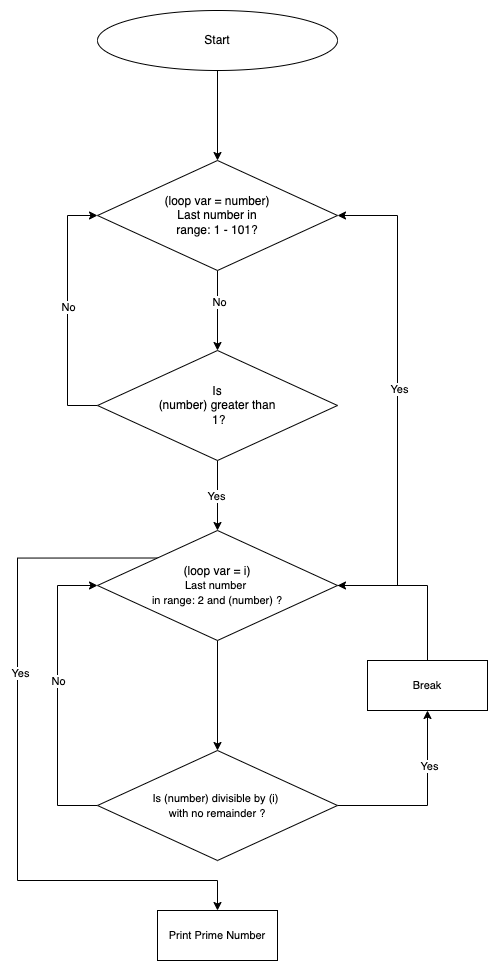
Above: docs/workbook-q-14-flowchart.png in MarioLisbona/CA-T1A1-workbook (draw.io), before the change. Source tidied: cells renumbered, new cells last; positions are measured from the earlier drawing's top-left corner, leaving out a move shared by most shapes.
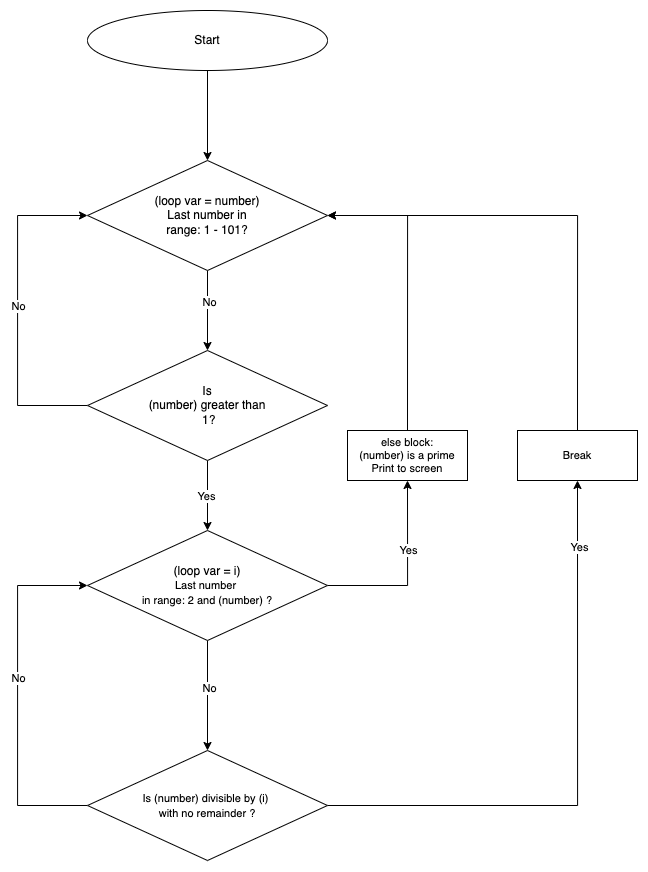
After the commit.

What changed in the source:
```diff
@@ -20,8 +20,8 @@
     <mxCell id="7" style="edgeStyle=orthogonalEdgeStyle;rounded=0;jettySize=auto;html=1;exitX=0;exitY=0.5;exitDx=0;exitDy=0;entryX=0;entryY=0.5;entryDx=0;entryDy=0;" parent="1" edge="1" source="11" target="6">
       <mxGeometry relative="1" as="geometry">
         <Array as="points">
-          <mxPoint x="50" y="395" />
-          <mxPoint x="50" y="205" />
+          <mxPoint x="10" y="395" />
+          <mxPoint x="10" y="205" />
         </Array>
       </mxGeometry>
     </mxCell>
@@ -37,40 +37,26 @@
     <mxCell id="11" value="Is&lt;br&gt;(number) greater than&lt;br&gt;&amp;nbsp;1?" style="rhombus;whiteSpace=wrap;html=1;" parent="1" vertex="1">
       <mxGeometry x="80" y="340" width="240" height="110" as="geometry" />
     </mxCell>
-    <mxCell id="12" style="edgeStyle=orthogonalEdgeStyle;rounded=0;jettySize=auto;html=1;exitX=1;exitY=0.5;exitDx=0;exitDy=0;entryX=1;entryY=0.5;entryDx=0;entryDy=0;fontSize=11;" parent="1" edge="1" source="17" target="6">
-      <mxGeometry relative="1" as="geometry">
-        <Array as="points">
-          <mxPoint x="380" y="575" />
-          <mxPoint x="380" y="205" />
-        </Array>
-      </mxGeometry>
-    </mxCell>
-    <mxCell id="13" value="Yes" style="edgeLabel;html=1;align=center;verticalAlign=middle;fontSize=11;" parent="12" vertex="1">
-      <mxGeometry x="0.05" y="-1" relative="1" as="geometry" />
-    </mxCell>
     <mxCell id="14" style="edgeStyle=orthogonalEdgeStyle;rounded=0;jettySize=auto;html=1;fontSize=11;" parent="1" edge="1" source="17" target="22">
       <mxGeometry relative="1" as="geometry" />
     </mxCell>
+    <mxCell id="26" value="No" style="edgeLabel;html=1;align=center;verticalAlign=middle;fontSize=11;" parent="14" vertex="1">
+      <mxGeometry x="-0.14" y="1" relative="1" as="geometry" />
+    </mxCell>
-    <mxCell id="15" style="edgeStyle=orthogonalEdgeStyle;rounded=0;jettySize=auto;html=1;exitX=0;exitY=0;exitDx=0;exitDy=0;entryX=0.5;entryY=0;entryDx=0;entryDy=0;fontSize=11;" parent="1" edge="1" source="17" target="25">
-      <mxGeometry relative="1" as="geometry">
-        <Array as="points">
-          <mxPoint y="548" />
-          <mxPoint y="870" />
-          <mxPoint x="200" y="870" />
-        </Array>
-      </mxGeometry>
+    <mxCell id="15" style="edgeStyle=orthogonalEdgeStyle;rounded=0;jettySize=auto;html=1;exitX=1;exitY=0.5;exitDx=0;exitDy=0;entryX=0.5;entryY=1;entryDx=0;entryDy=0;fontSize=11;" parent="1" edge="1" source="17" target="25">
+      <mxGeometry relative="1" as="geometry" />
     </mxCell>
-    <mxCell id="16" value="Yes" style="edgeLabel;html=1;align=center;verticalAlign=middle;fontSize=11;" parent="15" vertex="1">
-      <mxGeometry x="-0.26" y="2" relative="1" as="geometry" />
-    </mxCell>
+    <mxCell id="27" value="Yes" style="edgeLabel;html=1;align=center;verticalAlign=middle;fontSize=11;" parent="15" vertex="1">
+      <mxGeometry x="0.25" relative="1" as="geometry" />
+    </mxCell>
     <mxCell id="17" value="&lt;font style=&quot;font-size: 11px;&quot;&gt;&lt;span style=&quot;font-size: 12px;&quot;&gt;(loop var = i)&lt;br&gt;&lt;/span&gt;Last number &lt;br&gt;in range: 2 and (number) ?&lt;/font&gt;" style="rhombus;whiteSpace=wrap;html=1;" parent="1" vertex="1">
       <mxGeometry x="80" y="520" width="240" height="110" as="geometry" />
     </mxCell>
     <mxCell id="18" style="edgeStyle=orthogonalEdgeStyle;rounded=0;jettySize=auto;html=1;exitX=0;exitY=0.5;exitDx=0;exitDy=0;entryX=0;entryY=0.5;entryDx=0;entryDy=0;fontSize=11;" parent="1" edge="1" source="22" target="17">
       <mxGeometry relative="1" as="geometry">
         <Array as="points">
-          <mxPoint x="40" y="795" />
-          <mxPoint x="40" y="575" />
+          <mxPoint x="10" y="795" />
+          <mxPoint x="10" y="575" />
         </Array>
       </mxGeometry>
     </mxCell>
@@ -82,20 +68,31 @@
     <mxCell id="20" style="edgeStyle=orthogonalEdgeStyle;rounded=0;jettySize=auto;html=1;exitX=1;exitY=0.5;exitDx=0;exitDy=0;entryX=0.5;entryY=1;entryDx=0;entryDy=0;fontSize=11;" parent="1" edge="1" source="22" target="24">
       <mxGeometry relative="1" as="geometry" />
     </mxCell>
-    <mxCell id="21" value="Yes" style="edgeLabel;html=1;align=center;verticalAlign=middle;fontSize=11;" parent="20" vertex="1">
-      <mxGeometry x="0.41" y="-1" relative="1" as="geometry" />
-    </mxCell>
+    <mxCell id="28" value="Yes" style="edgeLabel;html=1;align=center;verticalAlign=middle;fontSize=11;" parent="20" vertex="1">
+      <mxGeometry x="0.77" y="-1" relative="1" as="geometry" />
+    </mxCell>
     <mxCell id="22" value="&lt;font style=&quot;font-size: 11px;&quot;&gt;Is (number) divisible by (i) &lt;br&gt;with no remainder ?&lt;br&gt;&lt;/font&gt;" style="rhombus;whiteSpace=wrap;html=1;" parent="1" vertex="1">
       <mxGeometry x="80" y="740" width="240" height="110" as="geometry" />
     </mxCell>
-    <mxCell id="23" style="edgeStyle=orthogonalEdgeStyle;rounded=0;jettySize=auto;html=1;exitX=0.5;exitY=0;exitDx=0;exitDy=0;entryX=1;entryY=0.5;entryDx=0;entryDy=0;fontSize=11;" parent="1" edge="1" source="24" target="17">
-      <mxGeometry relative="1" as="geometry" />
-    </mxCell>
+    <mxCell id="29" style="edgeStyle=orthogonalEdgeStyle;rounded=0;jettySize=auto;html=1;exitX=0.5;exitY=0;exitDx=0;exitDy=0;fontSize=11;entryX=1;entryY=0.5;entryDx=0;entryDy=0;" parent="1" edge="1" source="24" target="6">
+      <mxGeometry relative="1" as="geometry">
+        <Array as="points">
+          <mxPoint x="570" y="205" />
+        </Array>
+      </mxGeometry>
+    </mxCell>
     <mxCell id="24" value="Break" style="rounded=0;whiteSpace=wrap;html=1;fontSize=11;" parent="1" vertex="1">
-      <mxGeometry x="350" y="650" width="120" height="50" as="geometry" />
+      <mxGeometry x="510" y="420" width="120" height="50" as="geometry" />
     </mxCell>
+    <mxCell id="30" style="edgeStyle=orthogonalEdgeStyle;rounded=0;jettySize=auto;html=1;exitX=0.5;exitY=0;exitDx=0;exitDy=0;fontSize=11;entryX=1;entryY=0.5;entryDx=0;entryDy=0;" parent="1" edge="1" source="25" target="6">
+      <mxGeometry relative="1" as="geometry">
+        <Array as="points">
+          <mxPoint x="400" y="205" />
+        </Array>
+      </mxGeometry>
+    </mxCell>
-    <mxCell id="25" value="Print Prime Number" style="rounded=0;whiteSpace=wrap;html=1;fontSize=11;" parent="1" vertex="1">
-      <mxGeometry x="140" y="900" width="120" height="50" as="geometry" />
+    <mxCell id="25" value="else block:&lt;br&gt;(number) is a prime&lt;br&gt;Print to screen" style="rounded=0;whiteSpace=wrap;html=1;fontSize=11;" parent="1" vertex="1">
+      <mxGeometry x="340" y="420" width="120" height="50" as="geometry" />
     </mxCell>
   </root>
 </mxGraphModel>
```
